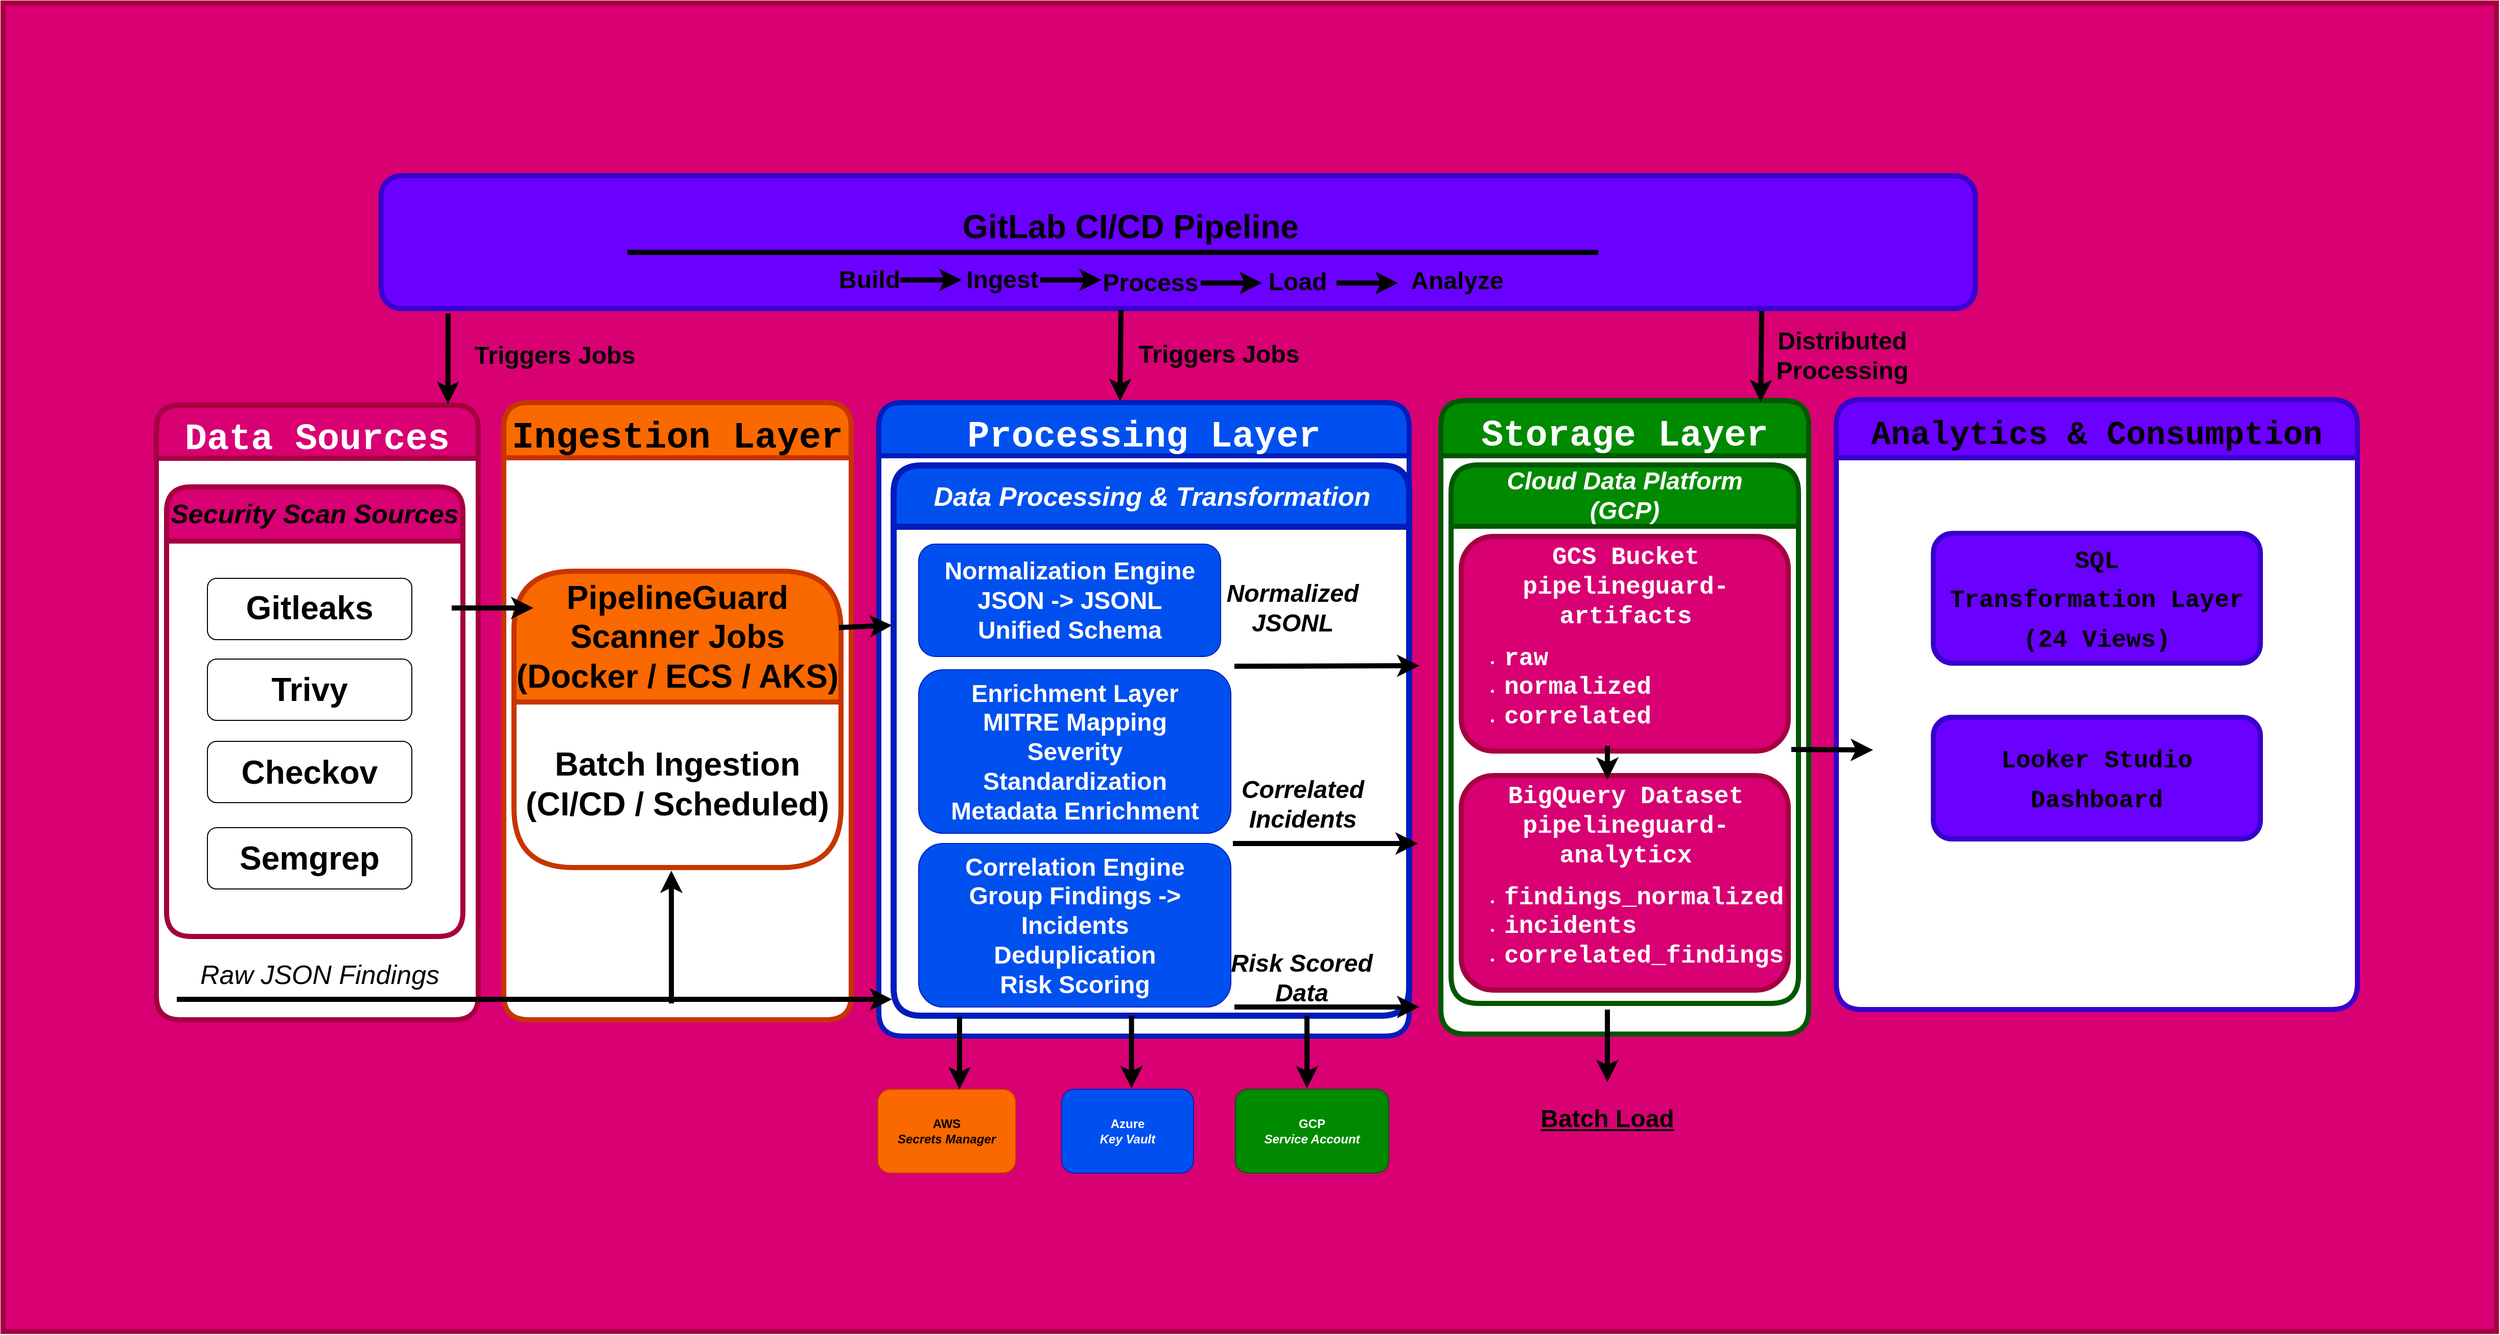
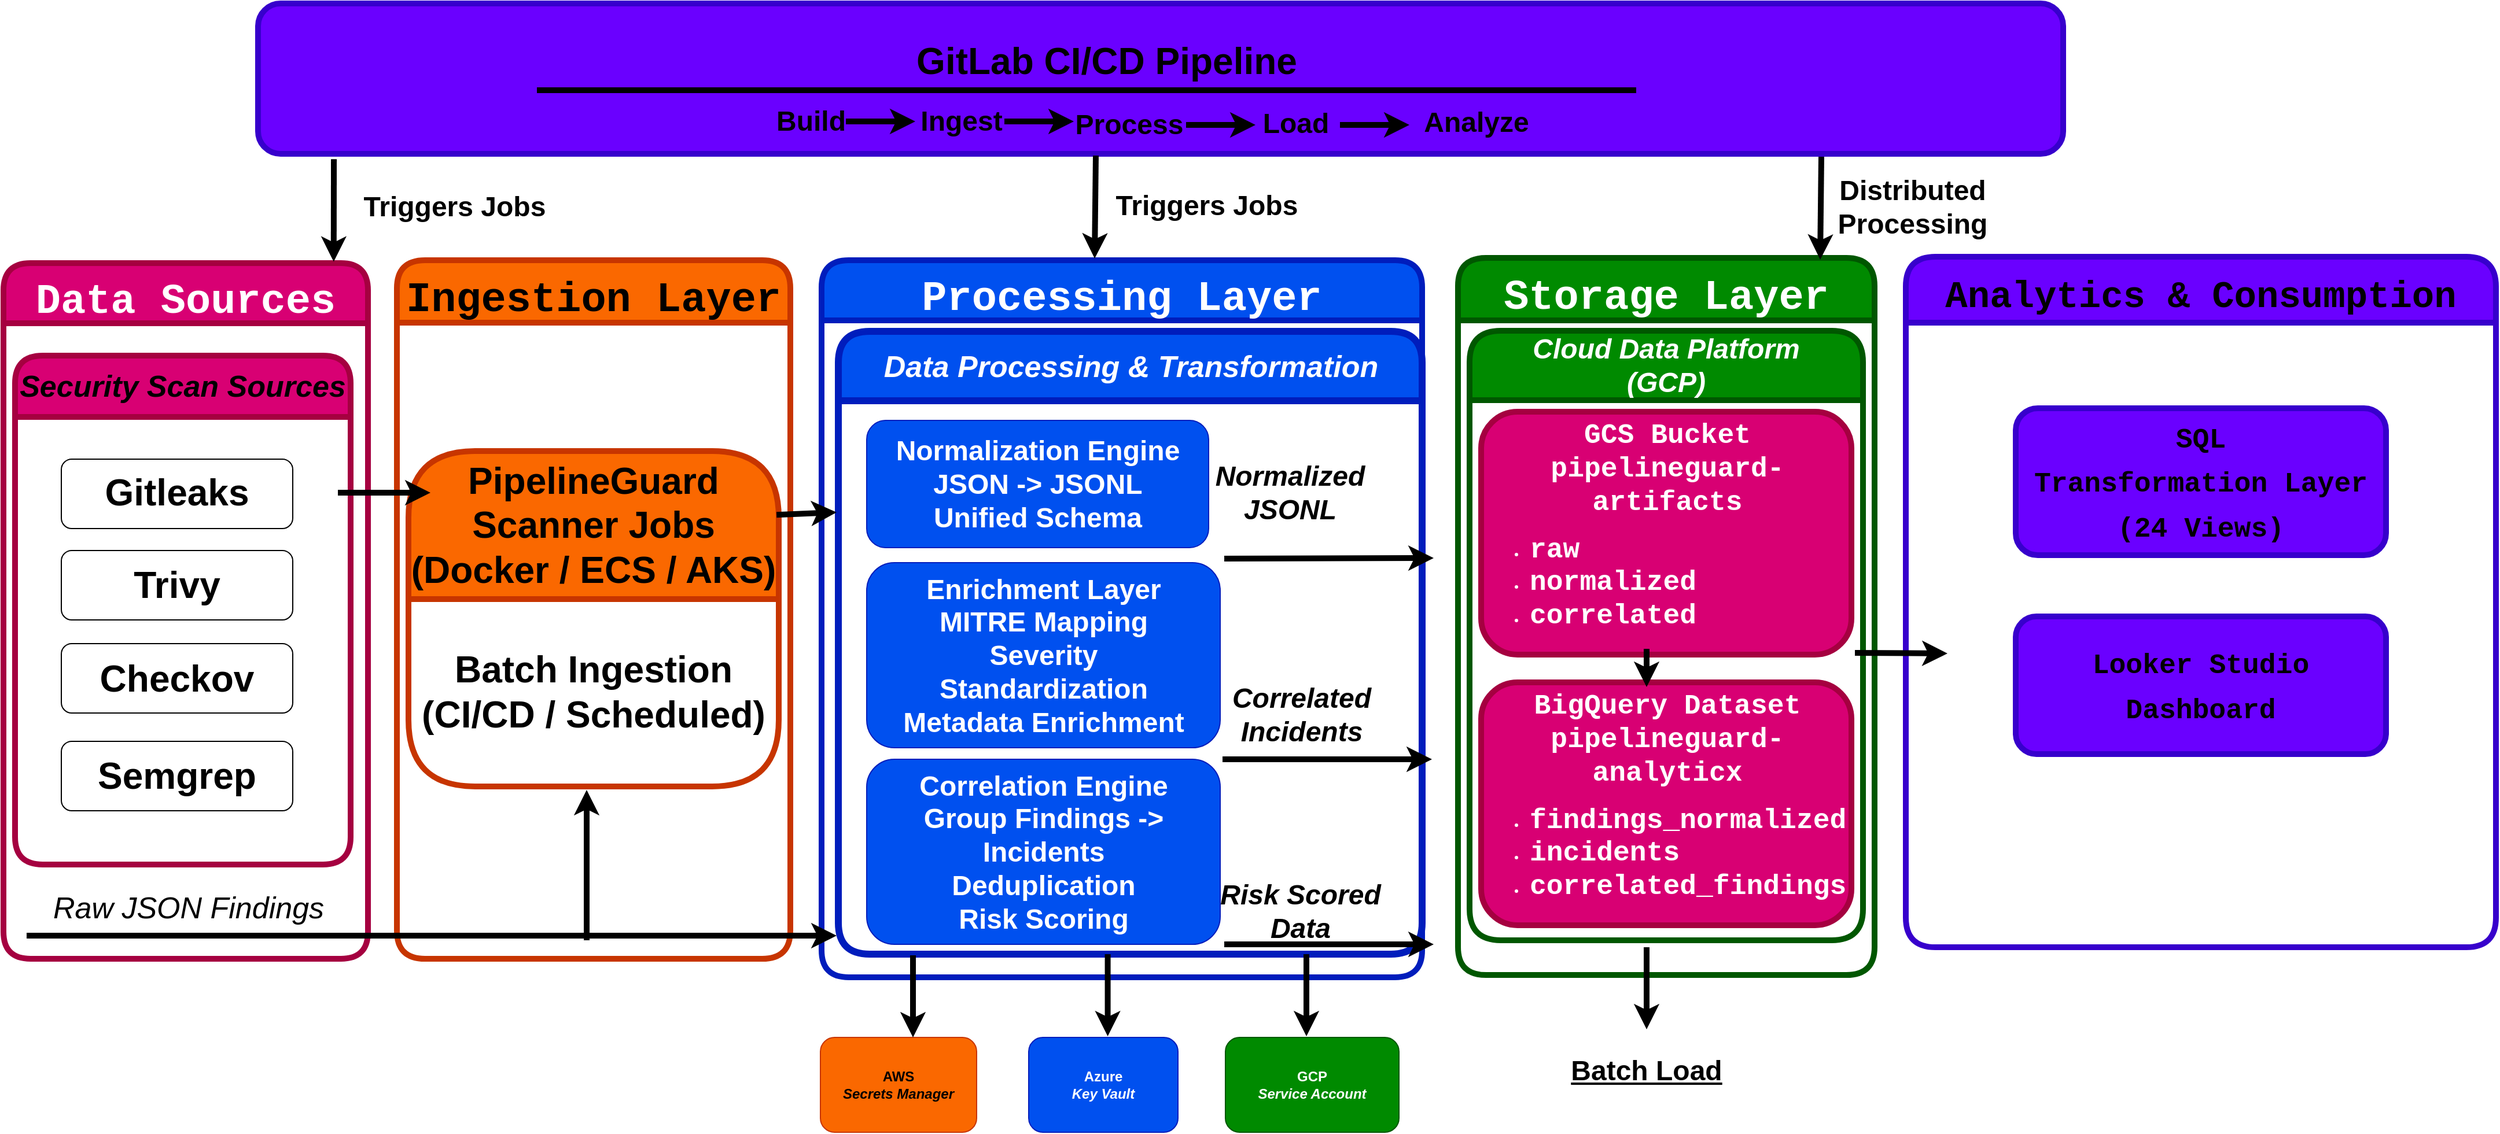
<mxfile host="app.diagrams.net">
  <diagram name="Page-1" id="wnvbU-IIBA4X3ERRIzDW">
-     <mxGraphModel dx="3803" dy="1230" grid="1" gridSize="10" guides="1" tooltips="1" connect="1" arrows="1" fold="1" page="1" pageScale="1" pageWidth="1100" pageHeight="850" math="0" shadow="0">
+     <mxGraphModel dx="2969" dy="976" grid="0" gridSize="10" guides="1" tooltips="1" connect="1" arrows="1" fold="1" page="0" pageScale="1" pageWidth="1100" pageHeight="850" background="none" math="0" shadow="0">
      <root>
        <mxCell id="3hbKWXpWb3xlno1mbGmc-0" />
        <mxCell id="3hbKWXpWb3xlno1mbGmc-1" parent="3hbKWXpWb3xlno1mbGmc-0" />
-         <mxCell id="MmhoqoZHI4b3_u_L-0jk-90" parent="3hbKWXpWb3xlno1mbGmc-1" style="rounded=0;whiteSpace=wrap;html=1;glass=0;strokeColor=light-dark(#A50040, #bf4040);strokeWidth=5;align=center;verticalAlign=middle;fontFamily=Courier New;fontSize=36;fontColor=light-dark(#FFFFFF,#FFFFFF);fontStyle=1;fillColor=light-dark(#D80073, #deddda);gradientColor=none;" value="" vertex="1">
-           <mxGeometry height="1300" width="2440" x="-400" y="1000" as="geometry" />
-         </mxCell>
        <mxCell id="ZwPo4dMBsSLs8uQqx6gn-26" parent="3hbKWXpWb3xlno1mbGmc-1" style="rounded=1;whiteSpace=wrap;html=1;fillColor=light-dark(#6A00FF,#9933FF);fontColor=default;strokeColor=#3700CC;align=center;verticalAlign=middle;fontFamily=Courier New;fontSize=32;fontStyle=1;strokeWidth=5;" value="" vertex="1">
          <mxGeometry height="130" width="1560" x="-30" y="1169" as="geometry" />
        </mxCell>
        <mxCell id="MmhoqoZHI4b3_u_L-0jk-2" parent="3hbKWXpWb3xlno1mbGmc-1" style="swimlane;fontSize=36;startSize=52;fontFamily=Courier New;fillColor=light-dark(#D80073,#FF6666);fontColor=light-dark(#FFFFFF,#FFFFFF);strokeColor=light-dark(#A50040, #bf4040);gradientColor=none;strokeWidth=5;rounded=1;strokeOpacity=100;glass=0;swimlaneLine=1;swimlaneFillColor=light-dark(#FFFFFF,#FFDBF7);" value="Data Sources" vertex="1">
          <mxGeometry height="601.5" width="315" x="-250" y="1393.5" as="geometry" />
        </mxCell>
        <mxCell id="ZwPo4dMBsSLs8uQqx6gn-16" parent="MmhoqoZHI4b3_u_L-0jk-2" style="swimlane;whiteSpace=wrap;html=1;startSize=53;fillColor=light-dark(#D80073,#FF6666);fontColor=#ffffff;strokeColor=light-dark(#A50040, #bf4040);strokeWidth=5;rounded=1;" value="&lt;b&gt;&lt;i style=&quot;color: light-dark(rgb(0, 0, 0), rgb(255, 255, 255));&quot;&gt;&lt;font style=&quot;font-size: 26px;&quot;&gt;Security Scan Sources&lt;/font&gt;&lt;/i&gt;&lt;/b&gt;" vertex="1">
          <mxGeometry height="440" width="290" x="10" y="80" as="geometry" />
        </mxCell>
        <mxCell id="MmhoqoZHI4b3_u_L-0jk-24" parent="ZwPo4dMBsSLs8uQqx6gn-16" style="rounded=1;whiteSpace=wrap;html=1;fillColor=light-dark(#FFFFFF,#FF6666);fontStyle=1" value="&lt;div style=&quot;line-height: 60%;&quot;&gt;&lt;font style=&quot;line-height: 60%; font-size: 32px;&quot;&gt;Gitleaks&lt;/font&gt;&lt;/div&gt;" vertex="1">
          <mxGeometry height="60" width="200" x="40" y="89.5" as="geometry" />
        </mxCell>
        <mxCell id="MmhoqoZHI4b3_u_L-0jk-25" parent="ZwPo4dMBsSLs8uQqx6gn-16" style="rounded=1;whiteSpace=wrap;html=1;fontStyle=1;fillColor=light-dark(#FFFFFF,#FF6666);" value="&lt;font style=&quot;font-size: 32px;&quot;&gt;Trivy&lt;/font&gt;" vertex="1">
          <mxGeometry height="60" width="200" x="40" y="168.5" as="geometry" />
        </mxCell>
        <mxCell id="MmhoqoZHI4b3_u_L-0jk-26" parent="ZwPo4dMBsSLs8uQqx6gn-16" style="rounded=1;whiteSpace=wrap;html=1;fontStyle=1;fillColor=light-dark(#FFFFFF,#FF6666);" value="&lt;font style=&quot;font-size: 32px;&quot;&gt;Checkov&lt;/font&gt;" vertex="1">
          <mxGeometry height="60" width="200" x="40" y="249" as="geometry" />
        </mxCell>
        <mxCell id="MmhoqoZHI4b3_u_L-0jk-27" parent="ZwPo4dMBsSLs8uQqx6gn-16" style="rounded=1;whiteSpace=wrap;html=1;fillColor=light-dark(#FFFFFF,#FF6666);fontStyle=1" value="&lt;font style=&quot;font-size: 32px;&quot;&gt;Semgrep&lt;/font&gt;" vertex="1">
          <mxGeometry height="60" width="200" x="40" y="333.5" as="geometry" />
        </mxCell>
        <mxCell id="ZwPo4dMBsSLs8uQqx6gn-22" parent="MmhoqoZHI4b3_u_L-0jk-2" style="text;html=1;whiteSpace=wrap;strokeColor=none;fillColor=none;align=center;verticalAlign=middle;rounded=0;fontColor=light-dark(#000000,#000000);" value="&lt;i&gt;&lt;font style=&quot;font-size: 26px;&quot;&gt;Raw JSON Findings&lt;/font&gt;&lt;/i&gt;" vertex="1">
          <mxGeometry height="30" width="260" x="30" y="542.5" as="geometry" />
        </mxCell>
        <mxCell id="MmhoqoZHI4b3_u_L-0jk-8" parent="3hbKWXpWb3xlno1mbGmc-1" style="text;strokeColor=none;fillColor=none;html=1;fontSize=32;fontStyle=1;verticalAlign=middle;align=center;" value="GitLab CI/CD Pipeline" vertex="1">
          <mxGeometry height="40" width="30" x="688" y="1199" as="geometry" />
        </mxCell>
        <mxCell id="MmhoqoZHI4b3_u_L-0jk-9" parent="3hbKWXpWb3xlno1mbGmc-1" style="line;strokeWidth=5;html=1;" value="" vertex="1">
          <mxGeometry height="10" width="950" x="211" y="1239" as="geometry" />
        </mxCell>
        <mxCell id="MmhoqoZHI4b3_u_L-0jk-12" parent="3hbKWXpWb3xlno1mbGmc-1" style="swimlane;fontSize=36;startSize=54;fontFamily=Courier New;fillColor=#fa6800;fontColor=#000000;strokeColor=#C73500;rounded=1;strokeWidth=5;swimlaneFillColor=light-dark(#FFFFFF,#FFEECC);" value="Ingestion Layer" vertex="1">
          <mxGeometry height="604" width="340" x="90" y="1391" as="geometry" />
        </mxCell>
        <mxCell id="ZwPo4dMBsSLs8uQqx6gn-23" parent="MmhoqoZHI4b3_u_L-0jk-12" style="swimlane;whiteSpace=wrap;html=1;startSize=128;fillColor=#fa6800;fontColor=#000000;strokeColor=#C73500;rounded=1;strokeWidth=5;" value="&lt;font style=&quot;font-size: 32px;&quot;&gt;PipelineGuard Scanner Jobs&lt;br&gt;(Docker / ECS / AKS)&lt;/font&gt;" vertex="1">
          <mxGeometry height="290" width="320" x="10" y="165" as="geometry" />
        </mxCell>
        <mxCell id="ZwPo4dMBsSLs8uQqx6gn-24" parent="ZwPo4dMBsSLs8uQqx6gn-23" style="text;html=1;whiteSpace=wrap;strokeColor=none;fillColor=none;align=center;verticalAlign=middle;rounded=0;fontColor=light-dark(#000000,#000000);fontStyle=1" value="&lt;div&gt;&lt;font style=&quot;font-size: 32px;&quot;&gt;Batch Ingestion&lt;/font&gt;&lt;/div&gt;&lt;div&gt;&lt;font style=&quot;font-size: 32px;&quot;&gt;(CI/CD / Scheduled)&lt;/font&gt;&lt;/div&gt;" vertex="1">
          <mxGeometry height="126" width="300" x="10" y="145" as="geometry" />
        </mxCell>
        <mxCell id="MmhoqoZHI4b3_u_L-0jk-15" parent="3hbKWXpWb3xlno1mbGmc-1" style="swimlane;fontSize=36;startSize=52;fontFamily=Courier New;fillColor=#0050ef;fontColor=#ffffff;strokeColor=#001DBC;rounded=1;absoluteArcSize=0;noLabel=0;strokeWidth=5;swimlaneFillColor=light-dark(#FFFFFF,#D1F9FF);" value="Processing Layer" vertex="1">
          <mxGeometry height="620" width="519" x="457" y="1391" as="geometry" />
        </mxCell>
        <mxCell id="MmhoqoZHI4b3_u_L-0jk-16" parent="MmhoqoZHI4b3_u_L-0jk-15" style="swimlane;whiteSpace=wrap;html=1;startSize=60;fillColor=#0050ef;fontColor=#ffffff;strokeColor=#001DBC;rounded=1;strokeWidth=6;swimlaneFillColor=light-dark(#FFFFFF,#D1F9FF);" value="&lt;font style=&quot;font-size: 26px;&quot;&gt;&lt;i&gt;Data Processing &amp;amp; Transformation&lt;/i&gt;&lt;/font&gt;" vertex="1">
          <mxGeometry height="538.5" width="504.5" x="14.5" y="61.5" as="geometry" />
        </mxCell>
        <mxCell id="MmhoqoZHI4b3_u_L-0jk-54" parent="MmhoqoZHI4b3_u_L-0jk-16" style="rounded=1;whiteSpace=wrap;html=1;fillColor=#0050ef;fontColor=#ffffff;strokeColor=#001DBC;fontStyle=1" value="&lt;div&gt;&lt;font style=&quot;font-size: 24px;&quot;&gt;Normalization Engine&lt;/font&gt;&lt;/div&gt;&lt;div&gt;&lt;font style=&quot;font-size: 24px;&quot;&gt;JSON -&amp;gt; JSONL&lt;/font&gt;&lt;/div&gt;&lt;div&gt;&lt;font style=&quot;font-size: 24px;&quot;&gt;Unified Schema&lt;/font&gt;&lt;/div&gt;" vertex="1">
          <mxGeometry height="110" width="295.5" x="24.5" y="77" as="geometry" />
        </mxCell>
        <mxCell id="MmhoqoZHI4b3_u_L-0jk-55" parent="MmhoqoZHI4b3_u_L-0jk-16" style="rounded=1;whiteSpace=wrap;html=1;fillColor=#0050ef;fontColor=#ffffff;strokeColor=#001DBC;fontStyle=1" value="&lt;div&gt;&lt;font style=&quot;font-size: 24px;&quot;&gt;Enrichment Layer&lt;/font&gt;&lt;/div&gt;&lt;div&gt;&lt;font style=&quot;font-size: 24px;&quot;&gt;MITRE Mapping&lt;/font&gt;&lt;/div&gt;&lt;div&gt;&lt;font style=&quot;font-size: 24px;&quot;&gt;Severity&lt;/font&gt;&lt;/div&gt;&lt;div&gt;&lt;font style=&quot;font-size: 24px;&quot;&gt;Standardization&lt;/font&gt;&lt;/div&gt;&lt;div&gt;&lt;font style=&quot;font-size: 24px;&quot;&gt;Metadata Enrichment&lt;/font&gt;&lt;/div&gt;" vertex="1">
          <mxGeometry height="160" width="305.5" x="24.5" y="200" as="geometry" />
        </mxCell>
        <mxCell id="MmhoqoZHI4b3_u_L-0jk-56" parent="MmhoqoZHI4b3_u_L-0jk-16" style="rounded=1;whiteSpace=wrap;html=1;fillColor=#0050ef;fontColor=#ffffff;strokeColor=#001DBC;fontStyle=1" value="&lt;div&gt;&lt;font style=&quot;font-size: 24px;&quot;&gt;Correlation Engine&lt;/font&gt;&lt;/div&gt;&lt;div&gt;&lt;font style=&quot;font-size: 24px;&quot;&gt;Group Findings -&amp;gt; Incidents&lt;/font&gt;&lt;/div&gt;&lt;div&gt;&lt;font style=&quot;font-size: 24px;&quot;&gt;Deduplication&lt;/font&gt;&lt;/div&gt;&lt;div&gt;&lt;font style=&quot;font-size: 24px;&quot;&gt;Risk Scoring&lt;/font&gt;&lt;/div&gt;" vertex="1">
          <mxGeometry height="160" width="305.5" x="24.5" y="370" as="geometry" />
        </mxCell>
        <mxCell id="MmhoqoZHI4b3_u_L-0jk-57" parent="MmhoqoZHI4b3_u_L-0jk-16" style="text;html=1;whiteSpace=wrap;strokeColor=none;fillColor=none;align=center;verticalAlign=middle;rounded=0;fontColor=light-dark(#000000,#000000);fontStyle=1" value="&lt;font style=&quot;font-size: 24px;&quot;&gt;&lt;i&gt;&lt;font&gt;Normalized JSONL&lt;/font&gt;&lt;/i&gt;&lt;/font&gt;" vertex="1">
          <mxGeometry height="58" width="160" x="310" y="110" as="geometry" />
        </mxCell>
        <mxCell id="MmhoqoZHI4b3_u_L-0jk-58" parent="MmhoqoZHI4b3_u_L-0jk-16" style="text;html=1;whiteSpace=wrap;strokeColor=none;fillColor=none;align=center;verticalAlign=middle;rounded=0;fontColor=light-dark(#000000,#000000);fontStyle=1" value="&lt;div&gt;&lt;font style=&quot;font-size: 24px;&quot;&gt;&lt;i&gt;Correlated&lt;/i&gt;&lt;/font&gt;&lt;/div&gt;&lt;div&gt;&lt;font style=&quot;font-size: 24px;&quot;&gt;&lt;i&gt;Incidents&lt;/i&gt;&lt;/font&gt;&lt;/div&gt;" vertex="1">
          <mxGeometry height="58" width="160" x="320" y="302" as="geometry" />
        </mxCell>
        <mxCell id="MmhoqoZHI4b3_u_L-0jk-59" parent="MmhoqoZHI4b3_u_L-0jk-16" style="text;html=1;whiteSpace=wrap;strokeColor=none;fillColor=none;align=center;verticalAlign=middle;rounded=0;fontColor=light-dark(#000000,#000000);fontStyle=1" value="&lt;div&gt;&lt;i&gt;&lt;font style=&quot;font-size: 24px;&quot;&gt;Risk Scored&lt;/font&gt;&lt;/i&gt;&lt;/div&gt;&lt;div&gt;&lt;i&gt;&lt;font style=&quot;font-size: 24px;&quot;&gt;Data&lt;/font&gt;&lt;/i&gt;&lt;/div&gt;" vertex="1">
          <mxGeometry height="58" width="160" x="319.5" y="472" as="geometry" />
        </mxCell>
        <mxCell id="MmhoqoZHI4b3_u_L-0jk-61" edge="1" parent="MmhoqoZHI4b3_u_L-0jk-16" style="endArrow=classic;html=1;rounded=0;entryX=0;entryY=0.5;entryDx=0;entryDy=0;strokeWidth=5;strokeColor=light-dark(#000000,#000000);align=center;verticalAlign=middle;fontFamily=Helvetica;fontSize=11;fontColor=default;labelBackgroundColor=default;" value="">
          <mxGeometry height="50" relative="1" width="50" as="geometry">
            <mxPoint x="332" y="370" as="sourcePoint" />
            <mxPoint x="513" y="370" as="targetPoint" />
          </mxGeometry>
        </mxCell>
        <mxCell id="MmhoqoZHI4b3_u_L-0jk-62" edge="1" parent="MmhoqoZHI4b3_u_L-0jk-16" style="endArrow=classic;html=1;rounded=0;entryX=0;entryY=0.5;entryDx=0;entryDy=0;strokeWidth=5;strokeColor=light-dark(#000000,#000000);align=center;verticalAlign=middle;fontFamily=Helvetica;fontSize=11;fontColor=default;labelBackgroundColor=default;" value="">
          <mxGeometry height="50" relative="1" width="50" as="geometry">
            <mxPoint x="333.5" y="530" as="sourcePoint" />
            <mxPoint x="514.5" y="530" as="targetPoint" />
          </mxGeometry>
        </mxCell>
        <mxCell id="MmhoqoZHI4b3_u_L-0jk-69" edge="1" parent="MmhoqoZHI4b3_u_L-0jk-15" style="endArrow=classic;html=1;rounded=0;strokeColor=light-dark(#000000,#000000);strokeWidth=5;align=center;verticalAlign=middle;fontFamily=Helvetica;fontSize=11;fontColor=default;labelBackgroundColor=default;" value="">
          <mxGeometry height="50" relative="1" width="50" as="geometry">
            <mxPoint x="247.28999999999996" y="600" as="sourcePoint" />
            <mxPoint x="247.28999999999996" y="671" as="targetPoint" />
          </mxGeometry>
        </mxCell>
        <mxCell id="MmhoqoZHI4b3_u_L-0jk-18" parent="3hbKWXpWb3xlno1mbGmc-1" style="swimlane;fontSize=36;startSize=54;fontFamily=Courier New;align=center;fillColor=#008a00;strokeColor=#005700;fontColor=light-dark(#FFFFFF,#FFFFFF);rounded=1;strokeWidth=5;swimlaneFillColor=light-dark(#FFFFFF,#C9FFCC);" value="Storage Layer" vertex="1">
          <mxGeometry height="620" width="360" x="1007" y="1389" as="geometry" />
        </mxCell>
        <mxCell id="MmhoqoZHI4b3_u_L-0jk-19" parent="MmhoqoZHI4b3_u_L-0jk-18" style="swimlane;whiteSpace=wrap;html=1;startSize=60;fillColor=#008a00;fontColor=light-dark(#FFFFFF,#FFFFFF);strokeColor=#005700;rounded=1;strokeWidth=5;" value="&lt;div&gt;&lt;font style=&quot;font-size: 24px;&quot;&gt;&lt;i&gt;&lt;font&gt;Cloud Data Platform&lt;/font&gt;&lt;/i&gt;&lt;/font&gt;&lt;/div&gt;&lt;div&gt;&lt;font style=&quot;font-size: 24px;&quot;&gt;&lt;i&gt;&lt;font&gt;(GCP)&lt;/font&gt;&lt;/i&gt;&lt;/font&gt;&lt;/div&gt;" vertex="1">
          <mxGeometry height="527" width="340" x="10" y="63" as="geometry" />
        </mxCell>
        <mxCell id="MmhoqoZHI4b3_u_L-0jk-73" parent="MmhoqoZHI4b3_u_L-0jk-19" style="rounded=1;whiteSpace=wrap;html=1;glass=0;strokeColor=light-dark(#A50040,#66FF66);strokeWidth=5;align=left;verticalAlign=middle;fontFamily=Courier New;fontSize=12;fontColor=light-dark(#FFFFFF, #000000);fontStyle=1;fillColor=light-dark(#D80073,#97D077);gradientColor=none;" value="&lt;div align=&quot;center&quot;&gt;&lt;font style=&quot;font-size: 24px;&quot;&gt;GCS Bucket&lt;/font&gt;&lt;/div&gt;&lt;div align=&quot;center&quot;&gt;&lt;font style=&quot;font-size: 24px;&quot;&gt;pipelineguard-a&lt;/font&gt;&lt;font style=&quot;font-size: 24px;&quot;&gt;rtifacts&lt;/font&gt;&lt;/div&gt;&lt;div&gt;&lt;ul&gt;&lt;li&gt;&lt;font style=&quot;font-size: 24px;&quot;&gt;raw&lt;/font&gt;&lt;/li&gt;&lt;li&gt;&lt;font style=&quot;font-size: 24px;&quot;&gt;normalized&lt;/font&gt;&lt;/li&gt;&lt;li&gt;&lt;font style=&quot;font-size: 24px;&quot;&gt;correlated&lt;/font&gt;&lt;/li&gt;&lt;/ul&gt;&lt;/div&gt;" vertex="1">
          <mxGeometry height="210" width="320" x="10" y="70" as="geometry" />
        </mxCell>
        <mxCell id="MmhoqoZHI4b3_u_L-0jk-74" parent="MmhoqoZHI4b3_u_L-0jk-19" style="rounded=1;whiteSpace=wrap;html=1;glass=0;strokeColor=light-dark(#A50040,#66FF66);strokeWidth=5;align=left;verticalAlign=middle;fontFamily=Courier New;fontSize=12;fontColor=light-dark(#FFFFFF, #000000);fontStyle=1;fillColor=light-dark(#D80073,#97D077);gradientColor=none;" value="&lt;div align=&quot;center&quot;&gt;&lt;font style=&quot;font-size: 24px;&quot;&gt;BigQuery Dataset&lt;/font&gt;&lt;/div&gt;&lt;div align=&quot;center&quot;&gt;&lt;font style=&quot;font-size: 24px;&quot;&gt;pipelineguard-analyticx&lt;/font&gt;&lt;/div&gt;&lt;div&gt;&lt;ul&gt;&lt;li&gt;&lt;font style=&quot;font-size: 24px;&quot;&gt;findings_normalized&lt;/font&gt;&lt;/li&gt;&lt;li&gt;&lt;font style=&quot;font-size: 24px;&quot;&gt;incidents&lt;/font&gt;&lt;/li&gt;&lt;li&gt;&lt;font style=&quot;font-size: 24px;&quot;&gt;correlated_findings&lt;/font&gt;&lt;/li&gt;&lt;/ul&gt;&lt;/div&gt;" vertex="1">
          <mxGeometry height="210" width="320" x="10" y="304" as="geometry" />
        </mxCell>
        <mxCell id="dgWkQe_JnihtNfNwHRCE-1" edge="1" parent="MmhoqoZHI4b3_u_L-0jk-19" style="endArrow=classic;html=1;rounded=0;strokeColor=light-dark(#000000,#000000);strokeWidth=5;align=center;verticalAlign=middle;fontFamily=Helvetica;fontSize=11;fontColor=default;labelBackgroundColor=default;" value="">
          <mxGeometry height="50" relative="1" width="50" as="geometry">
            <mxPoint x="153" y="275" as="sourcePoint" />
            <mxPoint x="153" y="308" as="targetPoint" />
          </mxGeometry>
        </mxCell>
        <mxCell id="MmhoqoZHI4b3_u_L-0jk-21" parent="3hbKWXpWb3xlno1mbGmc-1" style="swimlane;fontSize=32;startSize=57;fontFamily=Courier New;fillColor=light-dark(#6A00FF,#9933FF);fontColor=default;strokeColor=light-dark(#3700CC,#9933FF);rounded=1;strokeWidth=5;swimlaneFillColor=light-dark(#FFFFFF,#E5CCFF);" value="Analytics &amp; Consumption" vertex="1">
          <mxGeometry height="597" width="510" x="1394" y="1388" as="geometry" />
        </mxCell>
        <mxCell id="MmhoqoZHI4b3_u_L-0jk-76" parent="MmhoqoZHI4b3_u_L-0jk-21" style="rounded=1;whiteSpace=wrap;html=1;glass=0;strokeColor=#3700CC;strokeWidth=5;align=center;verticalAlign=middle;fontFamily=Courier New;fontSize=32;fontColor=default;fontStyle=1;fillColor=light-dark(#6A00FF,#9933FF);swimlaneFillColor=light-dark(#000000,#E5CCFF);" value="&lt;div align=&quot;center&quot;&gt;&lt;font style=&quot;font-size: 24px;&quot;&gt;SQL&lt;/font&gt;&lt;/div&gt;&lt;div align=&quot;center&quot;&gt;&lt;font style=&quot;font-size: 24px;&quot;&gt;Transformation Layer (24 Views)&lt;/font&gt;&lt;/div&gt;" vertex="1">
          <mxGeometry height="127" width="320" x="95" y="131" as="geometry" />
        </mxCell>
        <mxCell id="MmhoqoZHI4b3_u_L-0jk-77" parent="MmhoqoZHI4b3_u_L-0jk-21" style="rounded=1;whiteSpace=wrap;html=1;glass=0;strokeColor=#3700CC;strokeWidth=5;align=center;verticalAlign=middle;fontFamily=Courier New;fontSize=32;fontColor=default;fontStyle=1;fillColor=light-dark(#6A00FF,#9933FF);swimlaneFillColor=light-dark(#000000,#E5CCFF);" value="&lt;div align=&quot;center&quot;&gt;&lt;font style=&quot;font-size: 24px;&quot;&gt;Looker Studio&lt;/font&gt;&lt;/div&gt;&lt;div align=&quot;center&quot;&gt;&lt;font style=&quot;font-size: 24px;&quot;&gt;Dashboard&lt;/font&gt;&lt;/div&gt;" vertex="1">
          <mxGeometry height="119" width="320" x="95" y="311" as="geometry" />
        </mxCell>
        <mxCell id="dgWkQe_JnihtNfNwHRCE-2" edge="1" parent="MmhoqoZHI4b3_u_L-0jk-21" style="endArrow=classic;html=1;rounded=0;strokeWidth=5;strokeColor=light-dark(#000000,#000000);align=center;verticalAlign=middle;fontFamily=Helvetica;fontSize=11;fontColor=default;labelBackgroundColor=default;" value="">
          <mxGeometry height="50" relative="1" width="50" as="geometry">
            <mxPoint x="-44" y="342.4999999999998" as="sourcePoint" />
            <mxPoint x="36" y="343" as="targetPoint" />
          </mxGeometry>
        </mxCell>
        <mxCell id="MmhoqoZHI4b3_u_L-0jk-29" edge="1" parent="3hbKWXpWb3xlno1mbGmc-1" style="endArrow=classic;html=1;rounded=0;strokeWidth=5;strokeColor=light-dark(#000000,#000000);" value="">
          <mxGeometry height="50" relative="1" width="50" as="geometry">
            <mxPoint x="-230" y="1975" as="sourcePoint" />
            <mxPoint x="470" y="1975" as="targetPoint" />
          </mxGeometry>
        </mxCell>
        <mxCell id="MmhoqoZHI4b3_u_L-0jk-31" edge="1" parent="3hbKWXpWb3xlno1mbGmc-1" style="endArrow=classic;html=1;rounded=0;strokeColor=light-dark(#000000,#000000);strokeWidth=5;align=center;verticalAlign=middle;fontFamily=Helvetica;fontSize=11;fontColor=default;labelBackgroundColor=default;" value="">
          <mxGeometry height="50" relative="1" width="50" as="geometry">
            <mxPoint x="39" y="1592" as="sourcePoint" />
            <mxPoint x="119" y="1592" as="targetPoint" />
          </mxGeometry>
        </mxCell>
        <mxCell id="MmhoqoZHI4b3_u_L-0jk-41" edge="1" parent="3hbKWXpWb3xlno1mbGmc-1" source="MmhoqoZHI4b3_u_L-0jk-32" style="edgeStyle=orthogonalEdgeStyle;rounded=0;orthogonalLoop=1;jettySize=auto;html=1;strokeWidth=5;" value="">
          <mxGeometry relative="1" as="geometry">
            <mxPoint x="538" y="1271" as="targetPoint" />
          </mxGeometry>
        </mxCell>
        <mxCell id="MmhoqoZHI4b3_u_L-0jk-32" parent="3hbKWXpWb3xlno1mbGmc-1" style="text;html=1;whiteSpace=wrap;strokeColor=none;fillColor=none;align=center;verticalAlign=middle;rounded=0;fontStyle=1;fontSize=24;" value="&lt;font&gt;Build&lt;/font&gt;" vertex="1">
          <mxGeometry height="30" width="60" x="418" y="1256" as="geometry" />
        </mxCell>
        <mxCell id="MmhoqoZHI4b3_u_L-0jk-33" parent="3hbKWXpWb3xlno1mbGmc-1" style="text;html=1;whiteSpace=wrap;strokeColor=none;fillColor=none;align=center;verticalAlign=middle;rounded=0;fontFamily=Helvetica;fontSize=24;fontColor=default;fontStyle=1;" value="&lt;font style=&quot;font-size: 24px;&quot;&gt;Ingest&lt;/font&gt;" vertex="1">
          <mxGeometry height="30" width="60" x="548" y="1256" as="geometry" />
        </mxCell>
        <mxCell id="MmhoqoZHI4b3_u_L-0jk-34" parent="3hbKWXpWb3xlno1mbGmc-1" style="text;html=1;whiteSpace=wrap;strokeColor=none;fillColor=none;align=center;verticalAlign=middle;rounded=0;fontFamily=Helvetica;fontSize=24;fontColor=default;fontStyle=1;" value="&lt;font style=&quot;font-size: 24px;&quot;&gt;Process&lt;/font&gt;" vertex="1">
          <mxGeometry height="30" width="60" x="693" y="1259" as="geometry" />
        </mxCell>
        <mxCell id="MmhoqoZHI4b3_u_L-0jk-35" parent="3hbKWXpWb3xlno1mbGmc-1" style="text;html=1;whiteSpace=wrap;strokeColor=none;fillColor=none;align=center;verticalAlign=middle;rounded=0;fontFamily=Helvetica;fontSize=24;fontColor=default;fontStyle=1;" value="&lt;font style=&quot;font-size: 24px;&quot;&gt;Load&lt;/font&gt;" vertex="1">
          <mxGeometry height="30" width="60" x="837" y="1258" as="geometry" />
        </mxCell>
        <mxCell id="MmhoqoZHI4b3_u_L-0jk-36" parent="3hbKWXpWb3xlno1mbGmc-1" style="text;html=1;whiteSpace=wrap;strokeColor=none;fillColor=none;align=center;verticalAlign=middle;rounded=0;fontFamily=Helvetica;fontSize=24;fontColor=default;fontStyle=1;" value="&lt;font style=&quot;font-size: 24px;&quot;&gt;Analyze&lt;/font&gt;" vertex="1">
          <mxGeometry height="30" width="60" x="993" y="1257" as="geometry" />
        </mxCell>
        <mxCell id="MmhoqoZHI4b3_u_L-0jk-44" edge="1" parent="3hbKWXpWb3xlno1mbGmc-1" source="ZwPo4dMBsSLs8uQqx6gn-26" style="endArrow=classic;html=1;rounded=0;entryX=0.906;entryY=-0.002;entryDx=0;entryDy=0;entryPerimeter=0;exitX=0.042;exitY=1.036;exitDx=0;exitDy=0;exitPerimeter=0;strokeWidth=5;strokeColor=light-dark(#000000,#000000);align=center;verticalAlign=middle;fontFamily=Helvetica;fontSize=11;fontColor=default;labelBackgroundColor=default;" target="MmhoqoZHI4b3_u_L-0jk-2" value="">
          <mxGeometry height="50" relative="1" width="50" as="geometry">
            <mxPoint x="-300" y="1269" as="sourcePoint" />
            <mxPoint x="500" y="1759" as="targetPoint" />
          </mxGeometry>
        </mxCell>
        <mxCell id="MmhoqoZHI4b3_u_L-0jk-46" parent="3hbKWXpWb3xlno1mbGmc-1" style="text;html=1;whiteSpace=wrap;strokeColor=none;fillColor=none;align=center;verticalAlign=middle;rounded=0;fontSize=24;fontStyle=1;fontColor=light-dark(#000000,#000000);" value="&lt;font&gt;Triggers Jobs&lt;/font&gt;" vertex="1">
          <mxGeometry height="30" width="160" x="60" y="1330" as="geometry" />
        </mxCell>
        <mxCell id="MmhoqoZHI4b3_u_L-0jk-50" edge="1" parent="3hbKWXpWb3xlno1mbGmc-1" style="edgeStyle=orthogonalEdgeStyle;rounded=0;orthogonalLoop=1;jettySize=auto;html=1;strokeColor=default;strokeWidth=5;align=center;verticalAlign=middle;fontFamily=Helvetica;fontSize=11;fontColor=default;labelBackgroundColor=default;endArrow=classic;" value="">
          <mxGeometry relative="1" as="geometry">
            <mxPoint x="615" y="1271" as="sourcePoint" />
            <mxPoint x="675" y="1271" as="targetPoint" />
          </mxGeometry>
        </mxCell>
        <mxCell id="MmhoqoZHI4b3_u_L-0jk-51" edge="1" parent="3hbKWXpWb3xlno1mbGmc-1" style="edgeStyle=orthogonalEdgeStyle;rounded=0;orthogonalLoop=1;jettySize=auto;html=1;strokeColor=default;strokeWidth=5;align=center;verticalAlign=middle;fontFamily=Helvetica;fontSize=11;fontColor=default;labelBackgroundColor=default;endArrow=classic;" value="">
          <mxGeometry relative="1" as="geometry">
            <mxPoint x="772" y="1274" as="sourcePoint" />
            <mxPoint x="832" y="1274" as="targetPoint" />
          </mxGeometry>
        </mxCell>
        <mxCell id="MmhoqoZHI4b3_u_L-0jk-52" edge="1" parent="3hbKWXpWb3xlno1mbGmc-1" style="edgeStyle=orthogonalEdgeStyle;rounded=0;orthogonalLoop=1;jettySize=auto;html=1;strokeColor=default;strokeWidth=5;align=center;verticalAlign=middle;fontFamily=Helvetica;fontSize=11;fontColor=default;labelBackgroundColor=default;endArrow=classic;" value="">
          <mxGeometry relative="1" as="geometry">
            <mxPoint x="905" y="1274" as="sourcePoint" />
            <mxPoint x="965" y="1274" as="targetPoint" />
          </mxGeometry>
        </mxCell>
        <mxCell id="MmhoqoZHI4b3_u_L-0jk-60" edge="1" parent="3hbKWXpWb3xlno1mbGmc-1" style="endArrow=classic;html=1;rounded=0;entryX=0;entryY=0.5;entryDx=0;entryDy=0;strokeWidth=5;strokeColor=light-dark(#000000,#000000);align=center;verticalAlign=middle;fontFamily=Helvetica;fontSize=11;fontColor=default;labelBackgroundColor=default;" value="">
          <mxGeometry height="50" relative="1" width="50" as="geometry">
            <mxPoint x="805" y="1649" as="sourcePoint" />
            <mxPoint x="986.0000000000005" y="1648.5000000000002" as="targetPoint" />
          </mxGeometry>
        </mxCell>
        <mxCell id="MmhoqoZHI4b3_u_L-0jk-65" edge="1" parent="3hbKWXpWb3xlno1mbGmc-1" style="endArrow=classic;html=1;rounded=0;strokeColor=light-dark(#000000,#000000);strokeWidth=5;align=center;verticalAlign=middle;fontFamily=Helvetica;fontSize=11;fontColor=default;labelBackgroundColor=default;" value="">
          <mxGeometry height="50" relative="1" width="50" as="geometry">
            <mxPoint x="876" y="1991" as="sourcePoint" />
            <mxPoint x="876" y="2062" as="targetPoint" />
          </mxGeometry>
        </mxCell>
        <mxCell id="MmhoqoZHI4b3_u_L-0jk-66" parent="3hbKWXpWb3xlno1mbGmc-1" style="rounded=1;whiteSpace=wrap;html=1;fillColor=#fa6800;fontColor=#000000;strokeColor=#C73500;fontStyle=1" value="&lt;div&gt;AWS&lt;/div&gt;&lt;div&gt;&lt;i&gt;Secrets Manager&lt;/i&gt;&lt;/div&gt;" vertex="1">
          <mxGeometry height="82" width="135" x="456" y="2063" as="geometry" />
        </mxCell>
        <mxCell id="MmhoqoZHI4b3_u_L-0jk-67" parent="3hbKWXpWb3xlno1mbGmc-1" style="rounded=1;whiteSpace=wrap;html=1;fillColor=#0050ef;fontColor=#ffffff;strokeColor=#001DBC;fontStyle=1" value="&lt;div&gt;Azure&lt;/div&gt;&lt;div&gt;&lt;i&gt;Key Vault&lt;/i&gt;&lt;/div&gt;" vertex="1">
          <mxGeometry height="82" width="129" x="636" y="2063" as="geometry" />
        </mxCell>
        <mxCell id="MmhoqoZHI4b3_u_L-0jk-68" parent="3hbKWXpWb3xlno1mbGmc-1" style="rounded=1;whiteSpace=wrap;html=1;fillColor=#008a00;fontColor=#ffffff;strokeColor=#005700;fontStyle=1" value="&lt;div&gt;GCP&lt;/div&gt;&lt;div&gt;&lt;i&gt;Service Account&lt;/i&gt;&lt;/div&gt;" vertex="1">
          <mxGeometry height="82" width="150" x="806" y="2063" as="geometry" />
        </mxCell>
        <mxCell id="MmhoqoZHI4b3_u_L-0jk-70" edge="1" parent="3hbKWXpWb3xlno1mbGmc-1" style="endArrow=classic;html=1;rounded=0;strokeColor=light-dark(#000000,#000000);strokeWidth=5;align=center;verticalAlign=middle;fontFamily=Helvetica;fontSize=11;fontColor=default;labelBackgroundColor=default;" value="">
          <mxGeometry height="50" relative="1" width="50" as="geometry">
            <mxPoint x="536" y="1992" as="sourcePoint" />
            <mxPoint x="536" y="2063" as="targetPoint" />
          </mxGeometry>
        </mxCell>
        <mxCell id="MmhoqoZHI4b3_u_L-0jk-80" edge="1" parent="3hbKWXpWb3xlno1mbGmc-1" style="endArrow=classic;html=1;rounded=0;entryX=0.906;entryY=-0.002;entryDx=0;entryDy=0;entryPerimeter=0;exitX=0.042;exitY=1.036;exitDx=0;exitDy=0;exitPerimeter=0;strokeWidth=5;strokeColor=light-dark(#000000,#000000);align=center;verticalAlign=middle;fontFamily=Helvetica;fontSize=11;fontColor=default;labelBackgroundColor=default;" value="">
          <mxGeometry height="50" relative="1" width="50" as="geometry">
            <mxPoint x="694" y="1300.5" as="sourcePoint" />
            <mxPoint x="693" y="1389.5" as="targetPoint" />
          </mxGeometry>
        </mxCell>
        <mxCell id="MmhoqoZHI4b3_u_L-0jk-82" parent="3hbKWXpWb3xlno1mbGmc-1" style="text;html=1;whiteSpace=wrap;strokeColor=none;fillColor=none;align=center;verticalAlign=middle;rounded=0;fontSize=24;fontStyle=1;fontColor=light-dark(#000000,#000000);" value="&lt;div&gt;Distributed&lt;/div&gt;&lt;div&gt;Processing&lt;/div&gt;" vertex="1">
          <mxGeometry height="30" width="160" x="1320" y="1330" as="geometry" />
        </mxCell>
        <mxCell id="MmhoqoZHI4b3_u_L-0jk-83" parent="3hbKWXpWb3xlno1mbGmc-1" style="text;html=1;whiteSpace=wrap;strokeColor=none;fillColor=none;align=center;verticalAlign=middle;rounded=0;fontSize=24;fontStyle=1;fontColor=light-dark(#000000,#000000);" value="&lt;font&gt;Triggers Jobs&lt;/font&gt;" vertex="1">
          <mxGeometry height="30" width="160" x="710" y="1329" as="geometry" />
        </mxCell>
        <mxCell id="MmhoqoZHI4b3_u_L-0jk-88" edge="1" parent="3hbKWXpWb3xlno1mbGmc-1" style="endArrow=classic;html=1;rounded=0;fontFamily=Helvetica;fontSize=11;fontColor=default;fontStyle=1;strokeWidth=5;strokeColor=light-dark(#000000,#000000);align=center;verticalAlign=middle;labelBackgroundColor=default;" value="">
          <mxGeometry height="50" relative="1" width="50" as="geometry">
            <mxPoint x="254" y="1979" as="sourcePoint" />
            <mxPoint x="254" y="1849" as="targetPoint" />
          </mxGeometry>
        </mxCell>
        <mxCell id="MmhoqoZHI4b3_u_L-0jk-89" edge="1" parent="3hbKWXpWb3xlno1mbGmc-1" source="ZwPo4dMBsSLs8uQqx6gn-23" style="endArrow=classic;html=1;rounded=0;strokeColor=light-dark(#000000,#000000);strokeWidth=5;align=center;verticalAlign=middle;fontFamily=Helvetica;fontSize=11;fontColor=default;labelBackgroundColor=default;startSize=0;exitX=0.994;exitY=0.19;exitDx=0;exitDy=0;exitPerimeter=0;" value="">
          <mxGeometry height="50" relative="1" width="50" as="geometry">
            <mxPoint x="420" y="1589" as="sourcePoint" />
            <mxPoint x="470" y="1609" as="targetPoint" />
          </mxGeometry>
        </mxCell>
        <mxCell id="MmhoqoZHI4b3_u_L-0jk-92" edge="1" parent="3hbKWXpWb3xlno1mbGmc-1" style="endArrow=classic;html=1;rounded=0;entryX=0.906;entryY=-0.002;entryDx=0;entryDy=0;entryPerimeter=0;exitX=0.042;exitY=1.036;exitDx=0;exitDy=0;exitPerimeter=0;strokeWidth=5;strokeColor=light-dark(#000000,#000000);align=center;verticalAlign=middle;fontFamily=Helvetica;fontSize=11;fontColor=default;labelBackgroundColor=default;" value="">
          <mxGeometry height="50" relative="1" width="50" as="geometry">
            <mxPoint x="1321" y="1301.5" as="sourcePoint" />
            <mxPoint x="1320" y="1390.5" as="targetPoint" />
          </mxGeometry>
        </mxCell>
        <mxCell id="dgWkQe_JnihtNfNwHRCE-0" edge="1" parent="3hbKWXpWb3xlno1mbGmc-1" style="endArrow=classic;html=1;rounded=0;strokeColor=light-dark(#000000,#000000);strokeWidth=5;align=center;verticalAlign=middle;fontFamily=Helvetica;fontSize=11;fontColor=default;labelBackgroundColor=default;" value="">
          <mxGeometry height="50" relative="1" width="50" as="geometry">
            <mxPoint x="1170" y="1985" as="sourcePoint" />
            <mxPoint x="1170" y="2056" as="targetPoint" />
          </mxGeometry>
        </mxCell>
        <mxCell id="dgWkQe_JnihtNfNwHRCE-6" parent="3hbKWXpWb3xlno1mbGmc-1" style="text;html=1;whiteSpace=wrap;strokeColor=none;fillColor=none;align=center;verticalAlign=middle;rounded=0;fontSize=24;fontStyle=5;fontColor=light-dark(#000000,#000000);" value="&lt;span&gt;Batch Load&lt;/span&gt;" vertex="1">
          <mxGeometry height="57" width="160" x="1090" y="2063" as="geometry" />
        </mxCell>
      </root>
    </mxGraphModel>
  </diagram>
</mxfile>
